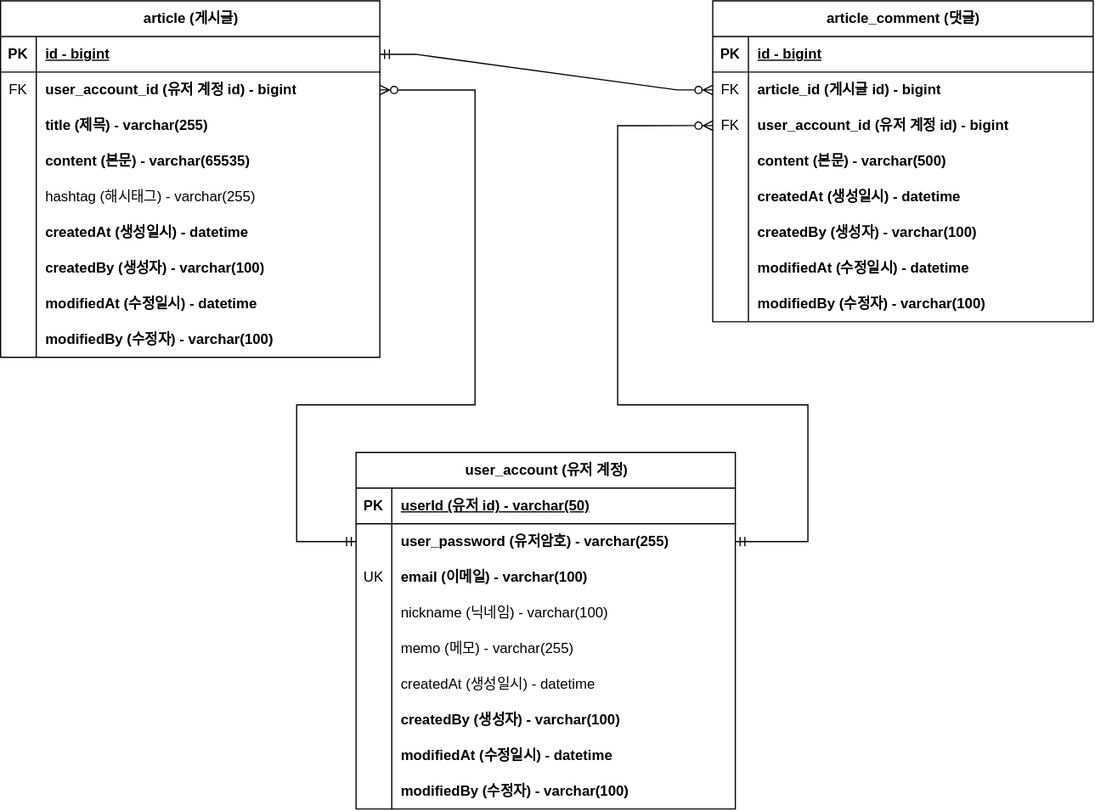
Before: document/project-board-erd.svg, a diagram exported from draw.io (peg5325/spring-board). Source tidied: cells renumbered, new cells last; positions are measured from the earlier drawing's top-left corner, leaving out a move shared by most shapes.
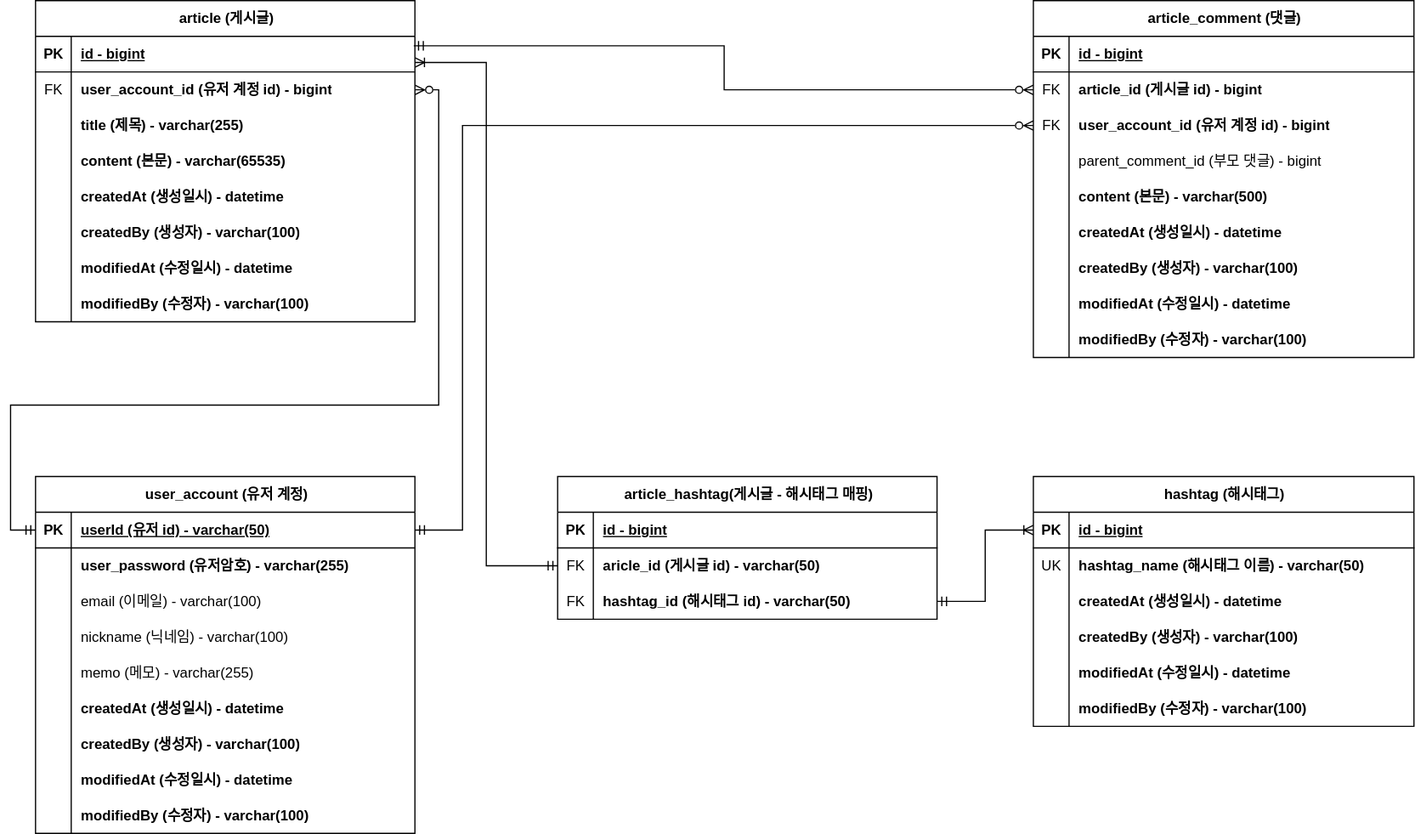
Later version of the same file.

Commit message:
#63 - project-board-erd.svg 업데이트: 대댓글, 해시태그

Change to the diagram source:
```diff
@@ -5,3 +5,3 @@
     <mxCell id="2" value="article (게시글)" style="shape=table;startSize=30;rowLines=0;fontStyle=1;align=center;html=1;" parent="1" vertex="1">
-      <mxGeometry width="319" height="300" as="geometry" />
+      <mxGeometry width="319" height="270" as="geometry" />
     </mxCell>
@@ -43,13 +43,4 @@
     </mxCell>
-    <mxCell id="15" style="shape=tableRow;horizontal=0;startSize=0;swimlaneHead=0;swimlaneBody=0;fillColor=none;top=0;left=0;right=0;bottom=0;" parent="2" vertex="1">
-      <mxGeometry y="150" width="319" height="30" as="geometry" />
-    </mxCell>
-    <mxCell id="16" style="shape=partialRectangle;fillColor=none;top=0;left=0;bottom=0;right=0;overflow=hidden;whiteSpace=wrap;html=1;" parent="15" vertex="1">
-      <mxGeometry width="30" height="30" as="geometry" />
-    </mxCell>
-    <mxCell id="17" value="hashtag (해시태그) - varchar(255)" style="shape=partialRectangle;fillColor=none;top=0;left=0;bottom=0;right=0;align=left;spacingLeft=6;overflow=hidden;whiteSpace=wrap;html=1;" parent="15" vertex="1">
-      <mxGeometry x="30" width="289" height="30" as="geometry" />
-    </mxCell>
     <mxCell id="18" style="shape=tableRow;horizontal=0;startSize=0;swimlaneHead=0;swimlaneBody=0;fillColor=none;top=0;left=0;right=0;bottom=0;" parent="2" vertex="1">
-      <mxGeometry y="180" width="319" height="30" as="geometry" />
+      <mxGeometry y="150" width="319" height="30" as="geometry" />
     </mxCell>
@@ -62,3 +53,3 @@
     <mxCell id="21" style="shape=tableRow;horizontal=0;startSize=0;swimlaneHead=0;swimlaneBody=0;fillColor=none;top=0;left=0;right=0;bottom=0;" parent="2" vertex="1">
-      <mxGeometry y="210" width="319" height="30" as="geometry" />
+      <mxGeometry y="180" width="319" height="30" as="geometry" />
     </mxCell>
@@ -71,3 +62,3 @@
     <mxCell id="24" style="shape=tableRow;horizontal=0;startSize=0;swimlaneHead=0;swimlaneBody=0;fillColor=none;top=0;left=0;right=0;bottom=0;" parent="2" vertex="1">
-      <mxGeometry y="240" width="319" height="30" as="geometry" />
+      <mxGeometry y="210" width="319" height="30" as="geometry" />
     </mxCell>
@@ -80,3 +71,3 @@
     <mxCell id="27" style="shape=tableRow;horizontal=0;startSize=0;swimlaneHead=0;swimlaneBody=0;fillColor=none;top=0;left=0;right=0;bottom=0;" parent="2" vertex="1">
-      <mxGeometry y="270" width="319" height="30" as="geometry" />
+      <mxGeometry y="240" width="319" height="30" as="geometry" />
     </mxCell>
@@ -89,3 +80,3 @@
     <mxCell id="30" value="article_comment (댓글)" style="shape=table;startSize=30;rowLines=0;fontStyle=1;align=center;html=1;" parent="1" vertex="1">
-      <mxGeometry x="599" width="320" height="270" as="geometry" />
+      <mxGeometry x="839" width="320" height="300" as="geometry" />
     </mxCell>
@@ -124,7 +115,16 @@
     </mxCell>
-    <mxCell id="42" value="content (본문) - varchar(500)" style="shape=partialRectangle;fillColor=none;top=0;left=0;bottom=0;right=0;align=left;spacingLeft=6;overflow=hidden;whiteSpace=wrap;html=1;fontStyle=1;" parent="40" vertex="1">
+    <mxCell id="42" value="&lt;span style=&quot;font-weight: normal;&quot;&gt;parent_comment_id (부모 댓글) - bigint&lt;/span&gt;" style="shape=partialRectangle;fillColor=none;top=0;left=0;bottom=0;right=0;align=left;spacingLeft=6;overflow=hidden;whiteSpace=wrap;html=1;fontStyle=1;" parent="40" vertex="1">
       <mxGeometry x="30" width="290" height="30" as="geometry" />
     </mxCell>
+    <mxCell id="86" style="shape=tableRow;horizontal=0;startSize=0;swimlaneHead=0;swimlaneBody=0;fillColor=none;top=0;left=0;right=0;bottom=0;" parent="30" vertex="1">
+      <mxGeometry y="150" width="320" height="30" as="geometry" />
+    </mxCell>
+    <mxCell id="87" style="shape=partialRectangle;fillColor=none;top=0;left=0;bottom=0;right=0;overflow=hidden;whiteSpace=wrap;html=1;" parent="86" vertex="1">
+      <mxGeometry width="30" height="30" as="geometry" />
+    </mxCell>
+    <mxCell id="88" value="content (본문) - varchar(500)" style="shape=partialRectangle;fillColor=none;top=0;left=0;bottom=0;right=0;align=left;spacingLeft=6;overflow=hidden;whiteSpace=wrap;html=1;fontStyle=1;" parent="86" vertex="1">
+      <mxGeometry x="30" width="290" height="30" as="geometry" />
+    </mxCell>
     <mxCell id="43" style="shape=tableRow;horizontal=0;startSize=0;swimlaneHead=0;swimlaneBody=0;fillColor=none;top=0;left=0;right=0;bottom=0;" parent="30" vertex="1">
-      <mxGeometry y="150" width="320" height="30" as="geometry" />
+      <mxGeometry y="180" width="320" height="30" as="geometry" />
     </mxCell>
@@ -137,3 +137,3 @@
     <mxCell id="46" style="shape=tableRow;horizontal=0;startSize=0;swimlaneHead=0;swimlaneBody=0;fillColor=none;top=0;left=0;right=0;bottom=0;" parent="30" vertex="1">
-      <mxGeometry y="180" width="320" height="30" as="geometry" />
+      <mxGeometry y="210" width="320" height="30" as="geometry" />
     </mxCell>
@@ -146,3 +146,3 @@
     <mxCell id="49" style="shape=tableRow;horizontal=0;startSize=0;swimlaneHead=0;swimlaneBody=0;fillColor=none;top=0;left=0;right=0;bottom=0;" parent="30" vertex="1">
-      <mxGeometry y="210" width="320" height="30" as="geometry" />
+      <mxGeometry y="240" width="320" height="30" as="geometry" />
     </mxCell>
@@ -155,3 +155,3 @@
     <mxCell id="52" style="shape=tableRow;horizontal=0;startSize=0;swimlaneHead=0;swimlaneBody=0;fillColor=none;top=0;left=0;right=0;bottom=0;" parent="30" vertex="1">
-      <mxGeometry y="240" width="320" height="30" as="geometry" />
+      <mxGeometry y="270" width="320" height="30" as="geometry" />
     </mxCell>
@@ -163,3 +163,3 @@
     </mxCell>
-    <mxCell id="55" style="rounded=0;jettySize=auto;html=1;exitX=1;exitY=0.5;exitDx=0;exitDy=0;entryX=0;entryY=0.5;entryDx=0;entryDy=0;endArrow=ERzeroToMany;endFill=0;startArrow=ERmandOne;startFill=0;edgeStyle=entityRelationEdgeStyle;elbow=vertical;" parent="1" edge="1" source="3" target="34">
+    <mxCell id="55" style="rounded=0;jettySize=auto;html=1;exitX=0.997;exitY=0.267;exitDx=0;exitDy=0;entryX=0;entryY=0.5;entryDx=0;entryDy=0;endArrow=ERzeroToMany;endFill=0;startArrow=ERmandOne;startFill=0;edgeStyle=orthogonalEdgeStyle;elbow=vertical;exitPerimeter=0;" parent="1" edge="1" source="3" target="34">
       <mxGeometry relative="1" as="geometry" />
@@ -167,3 +167,3 @@
     <mxCell id="56" value="user_account (유저 계정)" style="shape=table;startSize=30;rowLines=0;fontStyle=1;align=center;html=1;" parent="1" vertex="1">
-      <mxGeometry x="299" y="380" width="319" height="300" as="geometry" />
+      <mxGeometry y="400" width="319" height="300" as="geometry" />
     </mxCell>
@@ -190,6 +190,6 @@
     </mxCell>
-    <mxCell id="64" value="&lt;div&gt;UK&lt;/div&gt;" style="shape=partialRectangle;fillColor=none;top=0;left=0;bottom=0;right=0;overflow=hidden;whiteSpace=wrap;html=1;" parent="63" vertex="1">
+    <mxCell id="64" style="shape=partialRectangle;fillColor=none;top=0;left=0;bottom=0;right=0;overflow=hidden;whiteSpace=wrap;html=1;" parent="63" vertex="1">
       <mxGeometry width="30" height="30" as="geometry" />
     </mxCell>
-    <mxCell id="65" value="email (이메일) - varchar(100)" style="shape=partialRectangle;fillColor=none;top=0;left=0;bottom=0;right=0;align=left;spacingLeft=6;overflow=hidden;whiteSpace=wrap;html=1;fontStyle=1;" parent="63" vertex="1">
+    <mxCell id="65" value="&lt;span style=&quot;font-weight: normal;&quot;&gt;email (이메일) - varchar(100)&lt;/span&gt;" style="shape=partialRectangle;fillColor=none;top=0;left=0;bottom=0;right=0;align=left;spacingLeft=6;overflow=hidden;whiteSpace=wrap;html=1;fontStyle=1;" parent="63" vertex="1">
       <mxGeometry x="30" width="289" height="30" as="geometry" />
@@ -220,3 +220,3 @@
     </mxCell>
-    <mxCell id="74" value="createdAt (생성일시) - datetime" style="shape=partialRectangle;fillColor=none;top=0;left=0;bottom=0;right=0;align=left;spacingLeft=6;overflow=hidden;whiteSpace=wrap;html=1;" parent="72" vertex="1">
+    <mxCell id="74" value="&lt;b&gt;createdAt (생성일시) - datetime&lt;/b&gt;" style="shape=partialRectangle;fillColor=none;top=0;left=0;bottom=0;right=0;align=left;spacingLeft=6;overflow=hidden;whiteSpace=wrap;html=1;" parent="72" vertex="1">
       <mxGeometry x="30" width="289" height="30" as="geometry" />
@@ -250,9 +250,9 @@
     </mxCell>
-    <mxCell id="84" style="edgeStyle=orthogonalEdgeStyle;rounded=0;jettySize=auto;html=1;exitX=0;exitY=0.5;exitDx=0;exitDy=0;entryX=1;entryY=0.5;entryDx=0;entryDy=0;startArrow=ERmandOne;startFill=0;endArrow=ERzeroToMany;endFill=0;" parent="1" edge="1" source="60" target="6">
+    <mxCell id="84" style="edgeStyle=orthogonalEdgeStyle;rounded=0;jettySize=auto;html=1;exitX=0;exitY=0.5;exitDx=0;exitDy=0;entryX=1;entryY=0.5;entryDx=0;entryDy=0;startArrow=ERmandOne;startFill=0;endArrow=ERzeroToMany;endFill=0;" parent="1" edge="1" source="57" target="6">
       <mxGeometry relative="1" as="geometry">
         <Array as="points">
-          <mxPoint x="249" y="455" />
-          <mxPoint x="249" y="340" />
-          <mxPoint x="399" y="340" />
-          <mxPoint x="399" y="75" />
+          <mxPoint x="-21" y="445" />
+          <mxPoint x="-21" y="340" />
+          <mxPoint x="339" y="340" />
+          <mxPoint x="339" y="75" />
         </Array>
@@ -260,9 +260,7 @@
     </mxCell>
-    <mxCell id="85" style="edgeStyle=orthogonalEdgeStyle;rounded=0;jettySize=auto;html=1;exitX=1;exitY=0.5;exitDx=0;exitDy=0;entryX=0;entryY=0.5;entryDx=0;entryDy=0;startArrow=ERmandOne;startFill=0;endArrow=ERzeroToMany;endFill=0;" parent="1" edge="1" source="60" target="37">
+    <mxCell id="85" style="edgeStyle=orthogonalEdgeStyle;rounded=0;jettySize=auto;html=1;entryX=0;entryY=0.5;entryDx=0;entryDy=0;startArrow=ERmandOne;startFill=0;endArrow=ERzeroToMany;endFill=0;exitX=1;exitY=0.5;exitDx=0;exitDy=0;" parent="1" edge="1" source="57" target="37">
       <mxGeometry relative="1" as="geometry">
         <Array as="points">
-          <mxPoint x="679" y="455" />
-          <mxPoint x="679" y="340" />
-          <mxPoint x="519" y="340" />
-          <mxPoint x="519" y="105" />
+          <mxPoint x="359" y="445" />
+          <mxPoint x="359" y="105" />
         </Array>
@@ -270,2 +268,95 @@
     </mxCell>
+    <mxCell id="89" value="article_hashtag(게시글 - 해시태그 매핑)" style="shape=table;startSize=30;rowLines=0;fontStyle=1;align=center;html=1;" parent="1" vertex="1">
+      <mxGeometry x="439" y="400" width="319" height="120" as="geometry" />
+    </mxCell>
+    <mxCell id="90" style="shape=tableRow;horizontal=0;startSize=0;swimlaneHead=0;swimlaneBody=0;fillColor=none;top=0;left=0;right=0;bottom=1;" parent="89" vertex="1">
+      <mxGeometry y="30" width="319" height="30" as="geometry" />
+    </mxCell>
+    <mxCell id="91" value="PK" style="shape=partialRectangle;fillColor=none;top=0;left=0;bottom=0;right=0;fontStyle=1;overflow=hidden;whiteSpace=wrap;html=1;" parent="90" vertex="1">
+      <mxGeometry width="30" height="30" as="geometry" />
+    </mxCell>
+    <mxCell id="92" value="id - bigint" style="shape=partialRectangle;fillColor=none;top=0;left=0;bottom=0;right=0;align=left;spacingLeft=6;fontStyle=5;overflow=hidden;whiteSpace=wrap;html=1;" parent="90" vertex="1">
+      <mxGeometry x="30" width="289" height="30" as="geometry" />
+    </mxCell>
+    <mxCell id="93" style="shape=tableRow;horizontal=0;startSize=0;swimlaneHead=0;swimlaneBody=0;fillColor=none;points=[[0,0.5],[1,0.5]];portConstraint=eastwest;top=0;left=0;right=0;bottom=0;" parent="89" vertex="1">
+      <mxGeometry y="60" width="319" height="30" as="geometry" />
+    </mxCell>
+    <mxCell id="94" value="FK" style="shape=partialRectangle;fillColor=none;top=0;left=0;bottom=0;right=0;overflow=hidden;whiteSpace=wrap;html=1;" parent="93" vertex="1">
+      <mxGeometry width="30" height="30" as="geometry" />
+    </mxCell>
+    <mxCell id="95" value="aricle_id (게시글 id) - varchar(50)" style="shape=partialRectangle;fillColor=none;top=0;left=0;bottom=0;right=0;align=left;spacingLeft=6;overflow=hidden;whiteSpace=wrap;html=1;fontStyle=1;" parent="93" vertex="1">
+      <mxGeometry x="30" width="289" height="30" as="geometry" />
+    </mxCell>
+    <mxCell id="96" style="shape=tableRow;horizontal=0;startSize=0;swimlaneHead=0;swimlaneBody=0;fillColor=none;points=[[0,0.5],[1,0.5]];portConstraint=eastwest;top=0;left=0;right=0;bottom=0;" parent="89" vertex="1">
+      <mxGeometry y="90" width="319" height="30" as="geometry" />
+    </mxCell>
+    <mxCell id="97" value="&lt;div&gt;FK&lt;/div&gt;" style="shape=partialRectangle;fillColor=none;top=0;left=0;bottom=0;right=0;overflow=hidden;whiteSpace=wrap;html=1;" parent="96" vertex="1">
+      <mxGeometry width="30" height="30" as="geometry" />
+    </mxCell>
+    <mxCell id="98" value="hashtag_id (해시태그 id) - varchar(50)" style="shape=partialRectangle;fillColor=none;top=0;left=0;bottom=0;right=0;align=left;spacingLeft=6;overflow=hidden;whiteSpace=wrap;html=1;fontStyle=1;" parent="96" vertex="1">
+      <mxGeometry x="30" width="289" height="30" as="geometry" />
+    </mxCell>
+    <mxCell id="99" value="hashtag (해시태그)" style="shape=table;startSize=30;rowLines=0;fontStyle=1;align=center;html=1;" parent="1" vertex="1">
+      <mxGeometry x="839" y="400" width="320" height="210" as="geometry" />
+    </mxCell>
+    <mxCell id="100" style="shape=tableRow;horizontal=0;startSize=0;swimlaneHead=0;swimlaneBody=0;fillColor=none;points=[[0,0.5],[1,0.5]];portConstraint=eastwest;top=0;left=0;right=0;bottom=1;" parent="99" vertex="1">
+      <mxGeometry y="30" width="320" height="30" as="geometry" />
+    </mxCell>
+    <mxCell id="101" value="PK" style="shape=partialRectangle;fillColor=none;top=0;left=0;bottom=0;right=0;fontStyle=1;overflow=hidden;whiteSpace=wrap;html=1;" parent="100" vertex="1">
+      <mxGeometry width="30" height="30" as="geometry" />
+    </mxCell>
+    <mxCell id="102" value="id - bigint" style="shape=partialRectangle;fillColor=none;top=0;left=0;bottom=0;right=0;align=left;spacingLeft=6;fontStyle=5;overflow=hidden;whiteSpace=wrap;html=1;" parent="100" vertex="1">
+      <mxGeometry x="30" width="290" height="30" as="geometry" />
+    </mxCell>
+    <mxCell id="103" style="shape=tableRow;horizontal=0;startSize=0;swimlaneHead=0;swimlaneBody=0;fillColor=none;top=0;left=0;right=0;bottom=0;" parent="99" vertex="1">
+      <mxGeometry y="60" width="320" height="30" as="geometry" />
+    </mxCell>
+    <mxCell id="104" value="UK" style="shape=partialRectangle;fillColor=none;top=0;left=0;bottom=0;right=0;overflow=hidden;whiteSpace=wrap;html=1;" parent="103" vertex="1">
+      <mxGeometry width="30" height="30" as="geometry" />
+    </mxCell>
+    <mxCell id="105" value="hashtag_name (해시태그 이름) - varchar(50)" style="shape=partialRectangle;fillColor=none;top=0;left=0;bottom=0;right=0;align=left;spacingLeft=6;overflow=hidden;whiteSpace=wrap;html=1;fontStyle=1;" parent="103" vertex="1">
+      <mxGeometry x="30" width="290" height="30" as="geometry" />
+    </mxCell>
+    <mxCell id="106" style="shape=tableRow;horizontal=0;startSize=0;swimlaneHead=0;swimlaneBody=0;fillColor=none;top=0;left=0;right=0;bottom=0;" parent="99" vertex="1">
+      <mxGeometry y="90" width="320" height="30" as="geometry" />
+    </mxCell>
+    <mxCell id="107" style="shape=partialRectangle;fillColor=none;top=0;left=0;bottom=0;right=0;overflow=hidden;whiteSpace=wrap;html=1;" parent="106" vertex="1">
+      <mxGeometry width="30" height="30" as="geometry" />
+    </mxCell>
+    <mxCell id="108" value="createdAt (생성일시) - datetime" style="shape=partialRectangle;fillColor=none;top=0;left=0;bottom=0;right=0;align=left;spacingLeft=6;overflow=hidden;whiteSpace=wrap;html=1;fontStyle=1;" parent="106" vertex="1">
+      <mxGeometry x="30" width="290" height="30" as="geometry" />
+    </mxCell>
+    <mxCell id="109" style="shape=tableRow;horizontal=0;startSize=0;swimlaneHead=0;swimlaneBody=0;fillColor=none;top=0;left=0;right=0;bottom=0;" parent="99" vertex="1">
+      <mxGeometry y="120" width="320" height="30" as="geometry" />
+    </mxCell>
+    <mxCell id="110" style="shape=partialRectangle;fillColor=none;top=0;left=0;bottom=0;right=0;overflow=hidden;whiteSpace=wrap;html=1;" parent="109" vertex="1">
+      <mxGeometry width="30" height="30" as="geometry" />
+    </mxCell>
+    <mxCell id="111" value="createdBy (생성자) - varchar(100)" style="shape=partialRectangle;fillColor=none;top=0;left=0;bottom=0;right=0;align=left;spacingLeft=6;overflow=hidden;whiteSpace=wrap;html=1;fontStyle=1;" parent="109" vertex="1">
+      <mxGeometry x="30" width="290" height="30" as="geometry" />
+    </mxCell>
+    <mxCell id="112" style="shape=tableRow;horizontal=0;startSize=0;swimlaneHead=0;swimlaneBody=0;fillColor=none;top=0;left=0;right=0;bottom=0;" parent="99" vertex="1">
+      <mxGeometry y="150" width="320" height="30" as="geometry" />
+    </mxCell>
+    <mxCell id="113" style="shape=partialRectangle;fillColor=none;top=0;left=0;bottom=0;right=0;overflow=hidden;whiteSpace=wrap;html=1;" parent="112" vertex="1">
+      <mxGeometry width="30" height="30" as="geometry" />
+    </mxCell>
+    <mxCell id="114" value="modifiedAt (수정일시) - datetime" style="shape=partialRectangle;fillColor=none;top=0;left=0;bottom=0;right=0;align=left;spacingLeft=6;overflow=hidden;whiteSpace=wrap;html=1;fontStyle=1;" parent="112" vertex="1">
+      <mxGeometry x="30" width="290" height="30" as="geometry" />
+    </mxCell>
+    <mxCell id="115" style="shape=tableRow;horizontal=0;startSize=0;swimlaneHead=0;swimlaneBody=0;fillColor=none;top=0;left=0;right=0;bottom=0;" parent="99" vertex="1">
+      <mxGeometry y="180" width="320" height="30" as="geometry" />
+    </mxCell>
+    <mxCell id="116" style="shape=partialRectangle;fillColor=none;top=0;left=0;bottom=0;right=0;overflow=hidden;whiteSpace=wrap;html=1;" parent="115" vertex="1">
+      <mxGeometry width="30" height="30" as="geometry" />
+    </mxCell>
+    <mxCell id="117" value="modifiedBy (수정자) - varchar(100)" style="shape=partialRectangle;fillColor=none;top=0;left=0;bottom=0;right=0;align=left;spacingLeft=6;overflow=hidden;whiteSpace=wrap;html=1;fontStyle=1;" parent="115" vertex="1">
+      <mxGeometry x="30" width="290" height="30" as="geometry" />
+    </mxCell>
+    <mxCell id="118" style="edgeStyle=orthogonalEdgeStyle;rounded=0;jettySize=auto;html=1;exitX=1;exitY=0.5;exitDx=0;exitDy=0;entryX=0;entryY=0.5;entryDx=0;entryDy=0;endArrow=ERoneToMany;endFill=0;startArrow=ERmandOne;startFill=0;" parent="1" edge="1" source="96" target="100">
+      <mxGeometry relative="1" as="geometry" />
+    </mxCell>
+    <mxCell id="119" style="edgeStyle=orthogonalEdgeStyle;rounded=0;jettySize=auto;html=1;exitX=0;exitY=0.5;exitDx=0;exitDy=0;entryX=1;entryY=0.733;entryDx=0;entryDy=0;entryPerimeter=0;endArrow=ERoneToMany;endFill=0;startArrow=ERmandOne;startFill=0;" parent="1" edge="1" source="93" target="3">
+      <mxGeometry relative="1" as="geometry" />
+    </mxCell>
   </root>
```
